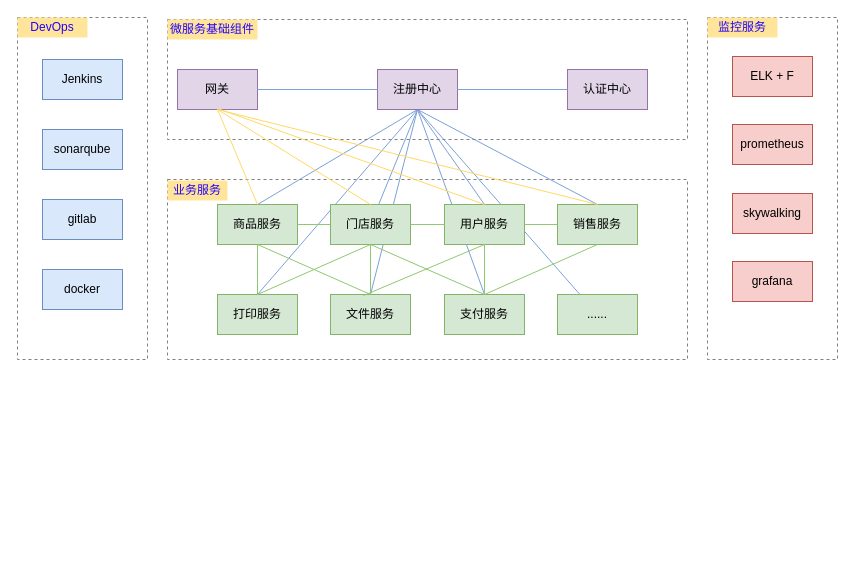
Earlier version of the draw.io diagram yuepong-o2o项目架构图.drawio (qozi/diagram). Source tidied: cells renumbered, new cells numbered last; positions are measured from the earlier drawing's top-left corner, leaving out a move shared by most shapes. Both pictures are drawn from the tidied source at 100%, with x=0, y=0 at pixel (17, 17).
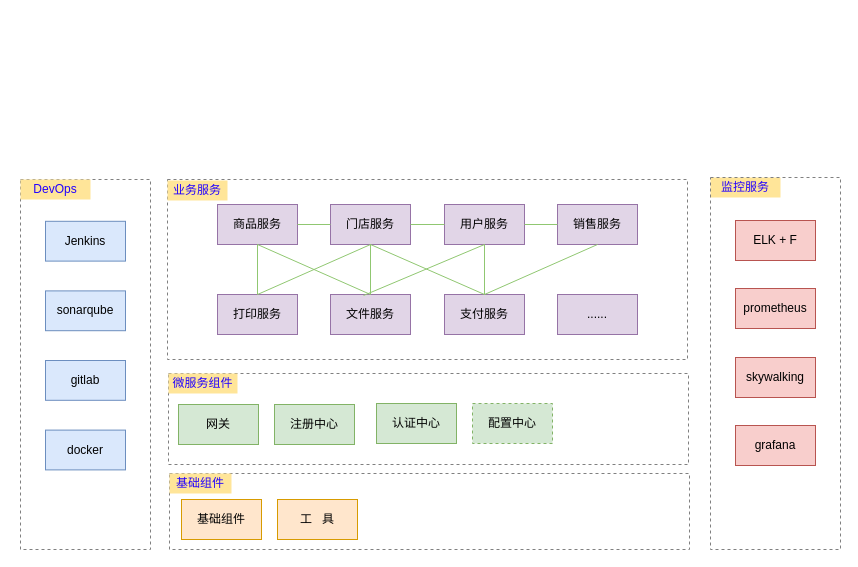
After the change.

Commit message:
更新yuepong-o2o项目架构图.drawio

Unchanged cells that the change refers to:
```xml
<mxCell id="8" style="group;" parent="1" vertex="1">
  <mxGeometry x="150" y="162" width="520" height="180" as="geometry" />
</mxCell>
```

The edit, as a diff of the source:
```diff
@@
-    <mxCell id="2" style="endArrow=none;html=1;strokeColor=#7BA1D9;entryX=0.5;entryY=1;entryDx=0;entryDy=0;fillColor=#dae8fc;" parent="1" edge="1" source="17" target="34">
-      <mxGeometry relative="1" as="geometry" />
-    </mxCell>
-    <mxCell id="3" style="endArrow=none;html=1;strokeColor=#7BA1D9;entryX=0.5;entryY=1;entryDx=0;entryDy=0;exitX=0.5;exitY=0;exitDx=0;exitDy=0;fillColor=#dae8fc;" parent="1" edge="1" source="10" target="34">
-      <mxGeometry relative="1" as="geometry" />
-    </mxCell>
-    <mxCell id="4" style="endArrow=none;html=1;strokeColor=#7BA1D9;entryX=0.5;entryY=1;entryDx=0;entryDy=0;exitX=0.5;exitY=0;exitDx=0;exitDy=0;fillColor=#dae8fc;" parent="1" edge="1" source="14" target="34">
-      <mxGeometry relative="1" as="geometry" />
-    </mxCell>
-    <mxCell id="5" style="endArrow=none;html=1;strokeColor=#7BA1D9;entryX=0.5;entryY=1;entryDx=0;entryDy=0;exitX=0.5;exitY=0;exitDx=0;exitDy=0;fillColor=#dae8fc;" parent="1" edge="1" source="12" target="34">
-      <mxGeometry relative="1" as="geometry" />
-    </mxCell>
-    <mxCell id="6" style="endArrow=none;html=1;strokeColor=#7BA1D9;exitX=0.5;exitY=0;exitDx=0;exitDy=0;fillColor=#dae8fc;entryX=0.5;entryY=1;entryDx=0;entryDy=0;" parent="1" edge="1" source="15" target="34">
-      <mxGeometry relative="1" as="geometry" />
-    </mxCell>
-    <mxCell id="7" style="endArrow=none;html=1;strokeColor=#7BA1D9;exitX=0.5;exitY=0;exitDx=0;exitDy=0;fillColor=#dae8fc;entryX=0.5;entryY=1;entryDx=0;entryDy=0;" parent="1" edge="1" source="16" target="34">
-      <mxGeometry relative="1" as="geometry" />
-    </mxCell>
+    <mxCell id="58" style="group;" parent="1" vertex="1">
+      <mxGeometry x="3" y="162" width="130" height="370" as="geometry" />
+    </mxCell>
+    <mxCell id="52" style="rounded=0;whiteSpace=wrap;html=1;dashed=1;fillColor=none;strokeColor=#808080;" parent="58" vertex="1">
+      <mxGeometry width="130" height="370" as="geometry" />
+    </mxCell>
+    <mxCell id="54" value="&lt;div style=&quot;text-align: left&quot;&gt;&lt;span style=&quot;white-space: pre-wrap&quot;&gt;&lt;font face=&quot;simsun&quot;&gt;Jenkins&lt;/font&gt;&lt;/span&gt;&lt;/div&gt;" style="rounded=0;whiteSpace=wrap;html=1;fillColor=#dae8fc;strokeColor=#6c8ebf;" parent="58" vertex="1">
+      <mxGeometry x="25" y="41.8" width="80" height="39.8" as="geometry" />
+    </mxCell>
+    <mxCell id="55" value="&lt;div style=&quot;text-align: left&quot;&gt;&lt;span style=&quot;white-space: pre-wrap&quot;&gt;&lt;font face=&quot;simsun&quot;&gt;gitlab&lt;/font&gt;&lt;/span&gt;&lt;/div&gt;" style="rounded=0;whiteSpace=wrap;html=1;fillColor=#dae8fc;strokeColor=#6c8ebf;" parent="58" vertex="1">
+      <mxGeometry x="25" y="181" width="80" height="39.8" as="geometry" />
+    </mxCell>
+    <mxCell id="56" value="&lt;div style=&quot;text-align: left&quot;&gt;&lt;font face=&quot;simsun&quot;&gt;&lt;span style=&quot;white-space: pre-wrap&quot;&gt;sonarqube&lt;/span&gt;&lt;/font&gt;&lt;/div&gt;" style="rounded=0;whiteSpace=wrap;html=1;fillColor=#dae8fc;strokeColor=#6c8ebf;" parent="58" vertex="1">
+      <mxGeometry x="25" y="111.4" width="80" height="39.8" as="geometry" />
+    </mxCell>
+    <mxCell id="57" value="&lt;div style=&quot;text-align: left&quot;&gt;&lt;span style=&quot;white-space: pre-wrap&quot;&gt;&lt;font face=&quot;simsun&quot;&gt;docker&lt;/font&gt;&lt;/span&gt;&lt;/div&gt;" style="rounded=0;whiteSpace=wrap;html=1;fillColor=#dae8fc;strokeColor=#6c8ebf;" parent="58" vertex="1">
+      <mxGeometry x="25" y="250.6" width="80" height="39.8" as="geometry" />
+    </mxCell>
+    <mxCell id="53" value="DevOps" style="text;html=1;strokeColor=none;fillColor=#FFE599;align=center;verticalAlign=middle;whiteSpace=wrap;rounded=0;dashed=1;fontColor=#2200FF;" parent="58" vertex="1">
+      <mxGeometry width="70" height="20" as="geometry" />
+    </mxCell>
@@
-    <mxCell id="10" value="商品服务" style="rounded=0;whiteSpace=wrap;html=1;fillColor=#d5e8d4;strokeColor=#82b366;" parent="8" vertex="1">
+    <mxCell id="10" value="商品服务" style="rounded=0;whiteSpace=wrap;html=1;fillColor=#e1d5e7;strokeColor=#9673a6;" parent="8" vertex="1">
       <mxGeometry x="50" y="25" width="80" height="40" as="geometry" />
     </mxCell>
-    <mxCell id="11" value="门店服务" style="rounded=0;whiteSpace=wrap;html=1;fillColor=#d5e8d4;strokeColor=#82b366;" parent="8" vertex="1">
+    <mxCell id="11" value="门店服务" style="rounded=0;whiteSpace=wrap;html=1;fillColor=#e1d5e7;strokeColor=#9673a6;" parent="8" vertex="1">
       <mxGeometry x="163" y="25" width="80" height="40" as="geometry" />
     </mxCell>
-    <mxCell id="12" value="用户服务" style="rounded=0;whiteSpace=wrap;html=1;fillColor=#d5e8d4;strokeColor=#82b366;" parent="8" vertex="1">
+    <mxCell id="12" value="用户服务" style="rounded=0;whiteSpace=wrap;html=1;fillColor=#e1d5e7;strokeColor=#9673a6;" parent="8" vertex="1">
       <mxGeometry x="277" y="25" width="80" height="40" as="geometry" />
     </mxCell>
-    <mxCell id="13" value="销售服务" style="rounded=0;whiteSpace=wrap;html=1;fillColor=#d5e8d4;strokeColor=#82b366;" parent="8" vertex="1">
+    <mxCell id="13" value="销售服务" style="rounded=0;whiteSpace=wrap;html=1;fillColor=#e1d5e7;strokeColor=#9673a6;" parent="8" vertex="1">
       <mxGeometry x="390" y="25" width="80" height="40" as="geometry" />
     </mxCell>
-    <mxCell id="14" value="打印服务" style="rounded=0;whiteSpace=wrap;html=1;fillColor=#d5e8d4;strokeColor=#82b366;" parent="8" vertex="1">
+    <mxCell id="14" value="打印服务" style="rounded=0;whiteSpace=wrap;html=1;fillColor=#e1d5e7;strokeColor=#9673a6;" parent="8" vertex="1">
       <mxGeometry x="50" y="115" width="80" height="40" as="geometry" />
     </mxCell>
-    <mxCell id="15" value="文件服务&lt;br&gt;" style="rounded=0;whiteSpace=wrap;html=1;fillColor=#d5e8d4;strokeColor=#82b366;" parent="8" vertex="1">
+    <mxCell id="15" value="文件服务&lt;br&gt;" style="rounded=0;whiteSpace=wrap;html=1;fillColor=#e1d5e7;strokeColor=#9673a6;" parent="8" vertex="1">
       <mxGeometry x="163" y="115" width="80" height="40" as="geometry" />
     </mxCell>
-    <mxCell id="16" value="支付服务" style="rounded=0;whiteSpace=wrap;html=1;fillColor=#d5e8d4;strokeColor=#82b366;" parent="8" vertex="1">
+    <mxCell id="16" value="支付服务" style="rounded=0;whiteSpace=wrap;html=1;fillColor=#e1d5e7;strokeColor=#9673a6;" parent="8" vertex="1">
       <mxGeometry x="277" y="115" width="80" height="40" as="geometry" />
     </mxCell>
-    <mxCell id="17" value="......" style="rounded=0;whiteSpace=wrap;html=1;fillColor=#d5e8d4;strokeColor=#82b366;" parent="8" vertex="1">
+    <mxCell id="17" value="......" style="rounded=0;whiteSpace=wrap;html=1;fillColor=#e1d5e7;strokeColor=#9673a6;" parent="8" vertex="1">
       <mxGeometry x="390" y="115" width="80" height="40" as="geometry" />
     </mxCell>
@@
-    <mxCell id="30" style="endArrow=none;html=1;strokeColor=#7BA1D9;entryX=0.5;entryY=1;entryDx=0;entryDy=0;fillColor=#dae8fc;" parent="1" edge="1" source="11" target="34">
-      <mxGeometry relative="1" as="geometry" />
-    </mxCell>
-    <mxCell id="31" style="endArrow=none;html=1;strokeColor=#7BA1D9;entryX=0.5;entryY=1;entryDx=0;entryDy=0;exitX=0.5;exitY=0;exitDx=0;exitDy=0;fillColor=#dae8fc;" parent="1" edge="1" source="13" target="34">
-      <mxGeometry relative="1" as="geometry" />
-    </mxCell>
-    <mxCell id="32" style="group;" parent="1" vertex="1">
-      <mxGeometry x="150" y="2" width="520" height="120" as="geometry" />
-    </mxCell>
+    <mxCell id="59" style="group;" parent="1" vertex="1">
+      <mxGeometry x="151" y="356" width="520" height="91" as="geometry" />
+    </mxCell>
-    <mxCell id="33" style="rounded=0;whiteSpace=wrap;html=1;dashed=1;fillColor=none;strokeColor=#808080;" parent="32" vertex="1">
-      <mxGeometry width="520" height="120" as="geometry" />
+    <mxCell id="33" style="rounded=0;whiteSpace=wrap;html=1;dashed=1;fillColor=none;strokeColor=#808080;" parent="59" vertex="1">
+      <mxGeometry width="520" height="91" as="geometry" />
     </mxCell>
-    <mxCell id="34" value="注册中心" style="rounded=0;whiteSpace=wrap;html=1;fillColor=#e1d5e7;strokeColor=#9673a6;" parent="32" vertex="1">
-      <mxGeometry x="210" y="50" width="80" height="40" as="geometry" />
+    <mxCell id="34" value="注册中心" style="rounded=0;whiteSpace=wrap;html=1;fillColor=#d5e8d4;strokeColor=#82b366;" parent="59" vertex="1">
+      <mxGeometry x="106" y="31" width="80" height="40" as="geometry" />
     </mxCell>
-    <mxCell id="35" value="网关" style="rounded=0;whiteSpace=wrap;html=1;fillColor=#e1d5e7;strokeColor=#9673a6;" parent="32" vertex="1">
-      <mxGeometry x="10" y="50" width="80" height="40" as="geometry" />
+    <mxCell id="35" value="网关" style="rounded=0;whiteSpace=wrap;html=1;fillColor=#d5e8d4;strokeColor=#82b366;" parent="59" vertex="1">
+      <mxGeometry x="10" y="31" width="80" height="40" as="geometry" />
     </mxCell>
-    <mxCell id="36" value="认证中心" style="rounded=0;whiteSpace=wrap;html=1;fillColor=#e1d5e7;strokeColor=#9673a6;" parent="32" vertex="1">
-      <mxGeometry x="400" y="50" width="80" height="40" as="geometry" />
+    <mxCell id="36" value="认证中心" style="rounded=0;whiteSpace=wrap;html=1;fillColor=#d5e8d4;strokeColor=#82b366;" parent="59" vertex="1">
+      <mxGeometry x="208" y="30" width="80" height="40" as="geometry" />
     </mxCell>
-    <mxCell id="37" style="endArrow=none;html=1;strokeColor=#7BA1D9;entryX=1;entryY=0.5;entryDx=0;entryDy=0;exitX=0;exitY=0.5;exitDx=0;exitDy=0;fillColor=#dae8fc;" parent="32" edge="1" source="36" target="34">
-      <mxGeometry relative="1" as="geometry" />
-    </mxCell>
-    <mxCell id="38" value="微服务基础组件" style="text;html=1;strokeColor=none;fillColor=#FFE599;align=center;verticalAlign=middle;whiteSpace=wrap;rounded=0;dashed=1;fontColor=#2200FF;" parent="32" vertex="1">
-      <mxGeometry width="90" height="20" as="geometry" />
+    <mxCell id="38" value="微服务组件" style="text;html=1;strokeColor=none;fillColor=#FFE599;align=center;verticalAlign=middle;whiteSpace=wrap;rounded=0;dashed=1;fontColor=#2200FF;" parent="59" vertex="1">
+      <mxGeometry width="69" height="20" as="geometry" />
     </mxCell>
-    <mxCell id="39" style="endArrow=none;html=1;strokeColor=#7BA1D9;entryX=1;entryY=0.5;entryDx=0;entryDy=0;fillColor=#dae8fc;exitX=0;exitY=0.5;exitDx=0;exitDy=0;" parent="32" edge="1" source="34" target="35">
-      <mxGeometry relative="1" as="geometry" />
-    </mxCell>
-    <mxCell id="40" style="endArrow=none;html=1;strokeColor=#FFD966;entryX=0.5;entryY=1;entryDx=0;entryDy=0;fillColor=#dae8fc;exitX=0.5;exitY=0;exitDx=0;exitDy=0;" parent="1" edge="1" source="10" target="35">
-      <mxGeometry relative="1" as="geometry" />
-    </mxCell>
-    <mxCell id="41" style="endArrow=none;html=1;strokeColor=#FFD966;entryX=0.5;entryY=1;entryDx=0;entryDy=0;fillColor=#dae8fc;exitX=0.5;exitY=0;exitDx=0;exitDy=0;" parent="1" edge="1" source="11" target="35">
-      <mxGeometry relative="1" as="geometry" />
-    </mxCell>
-    <mxCell id="42" style="endArrow=none;html=1;strokeColor=#FFD966;fillColor=#dae8fc;exitX=0.5;exitY=0;exitDx=0;exitDy=0;" parent="1" edge="1" source="12">
-      <mxGeometry relative="1" as="geometry">
-        <mxPoint x="200" y="91" as="targetPoint" />
-      </mxGeometry>
-    </mxCell>
-    <mxCell id="43" style="endArrow=none;html=1;strokeColor=#FFD966;fillColor=#dae8fc;exitX=0.5;exitY=0;exitDx=0;exitDy=0;entryX=0.5;entryY=1;entryDx=0;entryDy=0;" parent="1" edge="1" source="13" target="35">
-      <mxGeometry relative="1" as="geometry" />
-    </mxCell>
-    <mxCell id="44" style="group;" parent="1" vertex="1">
-      <mxGeometry x="690" width="130" height="342" as="geometry" />
-    </mxCell>
+    <mxCell id="60" value="配置中心" style="rounded=0;whiteSpace=wrap;html=1;fillColor=#d5e8d4;strokeColor=#82b366;dashed=1;" parent="59" vertex="1">
+      <mxGeometry x="304" y="30" width="80" height="40" as="geometry" />
+    </mxCell>
+    <mxCell id="61" style="group;" parent="1" vertex="1">
+      <mxGeometry x="152" y="456" width="520" height="76" as="geometry" />
+    </mxCell>
+    <mxCell id="62" style="rounded=0;whiteSpace=wrap;html=1;dashed=1;fillColor=none;strokeColor=#808080;" parent="61" vertex="1">
+      <mxGeometry width="520" height="76" as="geometry" />
+    </mxCell>
+    <mxCell id="63" value="工&amp;nbsp; &amp;nbsp;具" style="rounded=0;whiteSpace=wrap;html=1;fillColor=#ffe6cc;strokeColor=#d79b00;" parent="61" vertex="1">
+      <mxGeometry x="108" y="26" width="80" height="40" as="geometry" />
+    </mxCell>
+    <mxCell id="64" value="基础组件" style="rounded=0;whiteSpace=wrap;html=1;fillColor=#ffe6cc;strokeColor=#d79b00;" parent="61" vertex="1">
+      <mxGeometry x="12" y="26" width="80" height="40" as="geometry" />
+    </mxCell>
+    <mxCell id="65" value="基础组件" style="text;html=1;strokeColor=none;fillColor=#FFE599;align=center;verticalAlign=middle;whiteSpace=wrap;rounded=0;dashed=1;fontColor=#2200FF;" parent="61" vertex="1">
+      <mxGeometry width="62" height="20" as="geometry" />
+    </mxCell>
+    <mxCell id="50" value="监控服务" style="text;html=1;strokeColor=none;fillColor=#FFE599;align=center;verticalAlign=middle;whiteSpace=wrap;rounded=0;dashed=1;fontColor=#2200FF;" parent="1" vertex="1">
+      <mxGeometry x="693" y="160" width="70" height="20" as="geometry" />
+    </mxCell>
+    <mxCell id="66" style="group;" parent="1" vertex="1">
+      <mxGeometry x="693" y="160" width="130" height="372" as="geometry" />
+    </mxCell>
-    <mxCell id="45" style="rounded=0;whiteSpace=wrap;html=1;dashed=1;fillColor=none;strokeColor=#808080;" parent="44" vertex="1">
-      <mxGeometry width="130" height="342" as="geometry" />
+    <mxCell id="45" style="rounded=0;whiteSpace=wrap;html=1;dashed=1;fillColor=none;strokeColor=#808080;" parent="66" vertex="1">
+      <mxGeometry width="130" height="372" as="geometry" />
     </mxCell>
-    <mxCell id="46" value="&lt;span style=&quot;font-family: &amp;#34;simsun&amp;#34; ; text-align: left ; white-space: pre-wrap&quot;&gt;ELK + F&lt;/span&gt;" style="rounded=0;whiteSpace=wrap;html=1;fillColor=#f8cecc;strokeColor=#b85450;" parent="44" vertex="1">
-      <mxGeometry x="25" y="39" width="80" height="40" as="geometry" />
+    <mxCell id="46" value="&lt;span style=&quot;font-family: &amp;#34;simsun&amp;#34; ; text-align: left ; white-space: pre-wrap&quot;&gt;ELK + F&lt;/span&gt;" style="rounded=0;whiteSpace=wrap;html=1;fillColor=#f8cecc;strokeColor=#b85450;" parent="66" vertex="1">
+      <mxGeometry x="25" y="43" width="80" height="40" as="geometry" />
     </mxCell>
-    <mxCell id="47" value="&lt;span style=&quot;font-family: &amp;#34;simsun&amp;#34; ; text-align: left ; white-space: pre-wrap&quot;&gt;prometheus&lt;/span&gt;" style="rounded=0;whiteSpace=wrap;html=1;fillColor=#f8cecc;strokeColor=#b85450;" parent="44" vertex="1">
-      <mxGeometry x="25" y="107" width="80" height="40" as="geometry" />
+    <mxCell id="47" value="&lt;span style=&quot;font-family: &amp;#34;simsun&amp;#34; ; text-align: left ; white-space: pre-wrap&quot;&gt;prometheus&lt;/span&gt;" style="rounded=0;whiteSpace=wrap;html=1;fillColor=#f8cecc;strokeColor=#b85450;" parent="66" vertex="1">
+      <mxGeometry x="25" y="111" width="80" height="40" as="geometry" />
     </mxCell>
-    <mxCell id="48" value="&lt;span style=&quot;font-family: &amp;#34;simsun&amp;#34; ; text-align: left ; white-space: pre-wrap&quot;&gt;skywalking&lt;/span&gt;" style="rounded=0;whiteSpace=wrap;html=1;fillColor=#f8cecc;strokeColor=#b85450;" parent="44" vertex="1">
-      <mxGeometry x="25" y="176" width="80" height="40" as="geometry" />
+    <mxCell id="48" value="&lt;span style=&quot;font-family: &amp;#34;simsun&amp;#34; ; text-align: left ; white-space: pre-wrap&quot;&gt;skywalking&lt;/span&gt;" style="rounded=0;whiteSpace=wrap;html=1;fillColor=#f8cecc;strokeColor=#b85450;" parent="66" vertex="1">
+      <mxGeometry x="25" y="180" width="80" height="40" as="geometry" />
     </mxCell>
-    <mxCell id="49" value="&lt;span style=&quot;font-family: &amp;#34;simsun&amp;#34; ; text-align: left ; white-space: pre-wrap&quot;&gt;grafana&lt;/span&gt;" style="rounded=0;whiteSpace=wrap;html=1;fillColor=#f8cecc;strokeColor=#b85450;" parent="44" vertex="1">
-      <mxGeometry x="25" y="244" width="80" height="40" as="geometry" />
+    <mxCell id="49" value="&lt;span style=&quot;font-family: &amp;#34;simsun&amp;#34; ; text-align: left ; white-space: pre-wrap&quot;&gt;grafana&lt;/span&gt;" style="rounded=0;whiteSpace=wrap;html=1;fillColor=#f8cecc;strokeColor=#b85450;" parent="66" vertex="1">
+      <mxGeometry x="25" y="248" width="80" height="40" as="geometry" />
     </mxCell>
-    <mxCell id="50" value="监控服务" style="text;html=1;strokeColor=none;fillColor=#FFE599;align=center;verticalAlign=middle;whiteSpace=wrap;rounded=0;dashed=1;fontColor=#2200FF;" parent="44" vertex="1">
-      <mxGeometry width="70" height="20" as="geometry" />
-    </mxCell>
-    <mxCell id="51" style="group;" parent="1" vertex="1">
-      <mxGeometry width="130" height="342" as="geometry" />
-    </mxCell>
-    <mxCell id="52" style="rounded=0;whiteSpace=wrap;html=1;dashed=1;fillColor=none;strokeColor=#808080;" parent="51" vertex="1">
-      <mxGeometry width="130" height="342" as="geometry" />
-    </mxCell>
-    <mxCell id="53" value="DevOps" style="text;html=1;strokeColor=none;fillColor=#FFE599;align=center;verticalAlign=middle;whiteSpace=wrap;rounded=0;dashed=1;fontColor=#2200FF;" parent="51" vertex="1">
-      <mxGeometry width="70" height="20" as="geometry" />
-    </mxCell>
-    <mxCell id="54" value="&lt;div style=&quot;text-align: left&quot;&gt;&lt;span style=&quot;white-space: pre-wrap&quot;&gt;&lt;font face=&quot;simsun&quot;&gt;Jenkins&lt;/font&gt;&lt;/span&gt;&lt;/div&gt;" style="rounded=0;whiteSpace=wrap;html=1;fillColor=#dae8fc;strokeColor=#6c8ebf;" parent="51" vertex="1">
-      <mxGeometry x="25" y="42" width="80" height="40" as="geometry" />
-    </mxCell>
-    <mxCell id="55" value="&lt;div style=&quot;text-align: left&quot;&gt;&lt;span style=&quot;white-space: pre-wrap&quot;&gt;&lt;font face=&quot;simsun&quot;&gt;gitlab&lt;/font&gt;&lt;/span&gt;&lt;/div&gt;" style="rounded=0;whiteSpace=wrap;html=1;fillColor=#dae8fc;strokeColor=#6c8ebf;" parent="51" vertex="1">
-      <mxGeometry x="25" y="182" width="80" height="40" as="geometry" />
-    </mxCell>
-    <mxCell id="56" value="&lt;div style=&quot;text-align: left&quot;&gt;&lt;font face=&quot;simsun&quot;&gt;&lt;span style=&quot;white-space: pre-wrap&quot;&gt;sonarqube&lt;/span&gt;&lt;/font&gt;&lt;/div&gt;" style="rounded=0;whiteSpace=wrap;html=1;fillColor=#dae8fc;strokeColor=#6c8ebf;" parent="51" vertex="1">
-      <mxGeometry x="25" y="112" width="80" height="40" as="geometry" />
-    </mxCell>
-    <mxCell id="57" value="&lt;div style=&quot;text-align: left&quot;&gt;&lt;span style=&quot;white-space: pre-wrap&quot;&gt;&lt;font face=&quot;simsun&quot;&gt;docker&lt;/font&gt;&lt;/span&gt;&lt;/div&gt;" style="rounded=0;whiteSpace=wrap;html=1;fillColor=#dae8fc;strokeColor=#6c8ebf;" parent="51" vertex="1">
-      <mxGeometry x="25" y="252" width="80" height="40" as="geometry" />
-    </mxCell>
```
